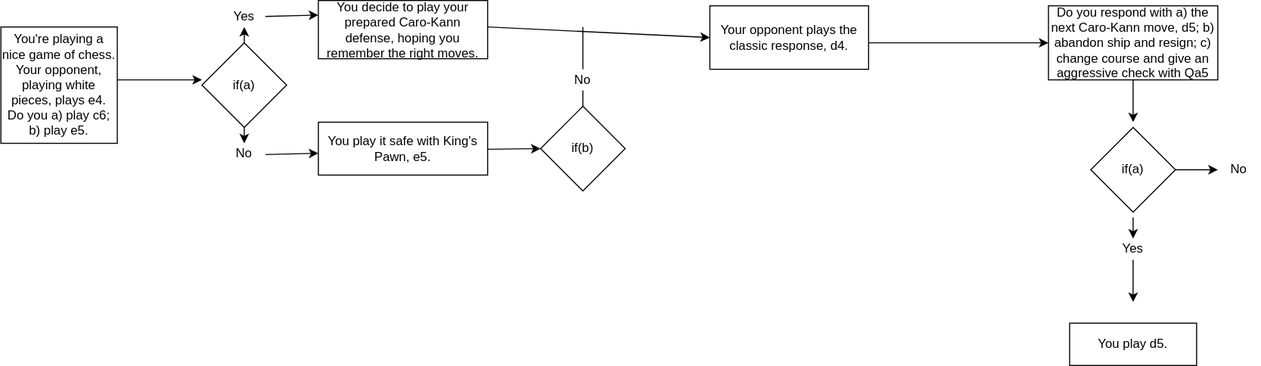
Before: 4-26-main-lab/Lab 4 - Decision Tree.svg, a diagram exported from draw.io (sdaffer/CS-142). Source tidied: cells renumbered, new cells last; positions are measured from the earlier drawing's top-left corner, leaving out a move shared by most shapes.
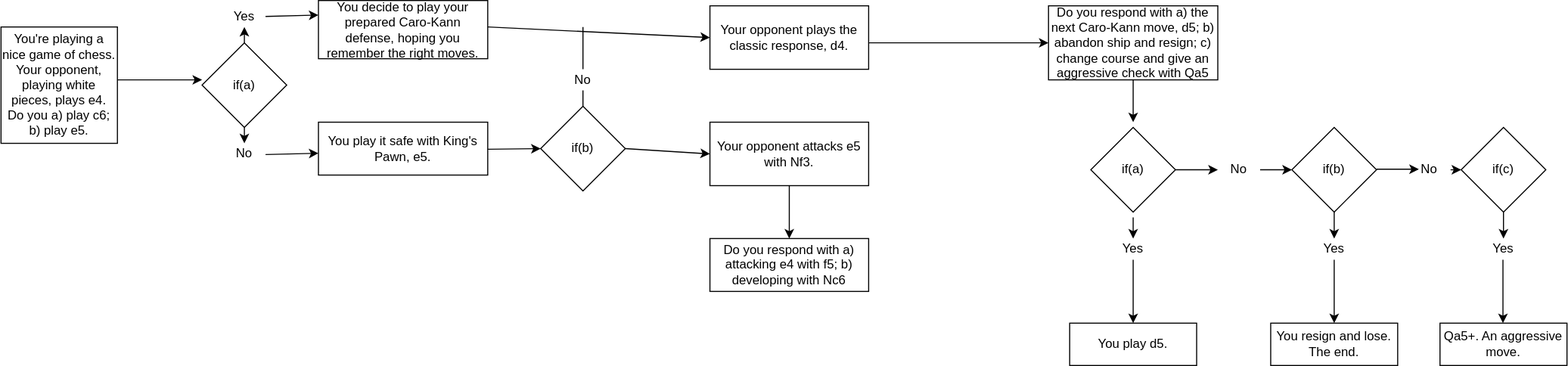
After the commit.

What changed in the source:
```diff
@@ -120,10 +120,8 @@
         <mxPoint x="1070" y="205" as="sourcePoint" />
       </mxGeometry>
     </mxCell>
-    <mxCell id="33" style="endArrow=classic;html=1;exitX=0.5;exitY=1;exitDx=0;exitDy=0;" parent="1" edge="1" source="31">
-      <mxGeometry relative="1" as="geometry">
-        <mxPoint x="1070" y="285" as="targetPoint" />
-      </mxGeometry>
+    <mxCell id="33" style="endArrow=classic;html=1;exitX=0.5;exitY=1;exitDx=0;exitDy=0;entryX=0.5;entryY=0;entryDx=0;entryDy=0;" parent="1" edge="1" source="31" target="35">
+      <mxGeometry relative="1" as="geometry" />
     </mxCell>
     <mxCell id="34" style="rounded=0;whiteSpace=wrap;html=1;" parent="1" vertex="1">
       <mxGeometry x="1010" y="305" width="120" height="40" as="geometry" />
@@ -139,5 +137,89 @@
     <mxCell id="37" value="No" style="text;html=1;strokeColor=none;fillColor=none;align=center;verticalAlign=middle;whiteSpace=wrap;rounded=0;" parent="1" vertex="1">
       <mxGeometry x="1150" y="150" width="40" height="20" as="geometry" />
     </mxCell>
+    <mxCell id="38" style="endArrow=classic;html=1;exitX=1;exitY=0.5;exitDx=0;exitDy=0;" parent="1" edge="1" source="37">
+      <mxGeometry relative="1" as="geometry">
+        <mxPoint x="1220" y="160" as="targetPoint" />
+      </mxGeometry>
+    </mxCell>
+    <mxCell id="39" style="rhombus;whiteSpace=wrap;html=1;" parent="1" vertex="1">
+      <mxGeometry x="1220" y="120" width="80" height="80" as="geometry" />
+    </mxCell>
+    <mxCell id="40" value="if(b)" style="text;html=1;strokeColor=none;fillColor=none;align=center;verticalAlign=middle;whiteSpace=wrap;rounded=0;" parent="1" vertex="1">
+      <mxGeometry x="1240" y="150" width="40" height="20" as="geometry" />
+    </mxCell>
+    <mxCell id="41" value="Yes" style="text;html=1;strokeColor=none;fillColor=none;align=center;verticalAlign=middle;whiteSpace=wrap;rounded=0;" parent="1" vertex="1">
+      <mxGeometry x="1240" y="225" width="40" height="20" as="geometry" />
+    </mxCell>
+    <mxCell id="42" style="endArrow=classic;html=1;exitX=0.5;exitY=1;exitDx=0;exitDy=0;entryX=0.5;entryY=0;entryDx=0;entryDy=0;" parent="1" edge="1" source="39" target="41">
+      <mxGeometry relative="1" as="geometry" />
+    </mxCell>
+    <mxCell id="43" style="endArrow=classic;html=1;exitX=0.5;exitY=1;exitDx=0;exitDy=0;" parent="1" edge="1" source="41">
+      <mxGeometry relative="1" as="geometry">
+        <mxPoint x="1260" y="305" as="targetPoint" />
+      </mxGeometry>
+    </mxCell>
+    <mxCell id="44" style="rounded=0;whiteSpace=wrap;html=1;" parent="1" vertex="1">
+      <mxGeometry x="1200" y="305" width="120" height="40" as="geometry" />
+    </mxCell>
+    <mxCell id="45" style="rounded=0;whiteSpace=wrap;html=1;" parent="1" vertex="1">
+      <mxGeometry x="1360" y="305" width="120" height="40" as="geometry" />
+    </mxCell>
+    <mxCell id="46" value="You resign and lose. The end." style="text;html=1;strokeColor=none;fillColor=none;align=center;verticalAlign=middle;whiteSpace=wrap;rounded=0;" parent="1" vertex="1">
+      <mxGeometry x="1200" y="305" width="120" height="40" as="geometry" />
+    </mxCell>
+    <mxCell id="47" style="rhombus;whiteSpace=wrap;html=1;" parent="1" vertex="1">
+      <mxGeometry x="1380" y="120" width="80" height="80" as="geometry" />
+    </mxCell>
+    <mxCell id="48" value="if(c)" style="text;html=1;strokeColor=none;fillColor=none;align=center;verticalAlign=middle;whiteSpace=wrap;rounded=0;" parent="1" vertex="1">
+      <mxGeometry x="1400" y="150" width="40" height="20" as="geometry" />
+    </mxCell>
+    <mxCell id="49" style="endArrow=classic;html=1;exitX=0.5;exitY=1;exitDx=0;exitDy=0;" parent="1" edge="1" source="47">
+      <mxGeometry relative="1" as="geometry">
+        <mxPoint x="1420" y="225" as="targetPoint" />
+      </mxGeometry>
+    </mxCell>
+    <mxCell id="50" value="Yes" style="text;html=1;strokeColor=none;fillColor=none;align=center;verticalAlign=middle;whiteSpace=wrap;rounded=0;" parent="1" vertex="1">
+      <mxGeometry x="1400" y="225" width="40" height="20" as="geometry" />
+    </mxCell>
+    <mxCell id="51" style="endArrow=classic;html=1;exitX=0.5;exitY=1;exitDx=0;exitDy=0;" parent="1" edge="1">
+      <mxGeometry relative="1" as="geometry">
+        <mxPoint x="1419.5" y="245" as="sourcePoint" />
+        <mxPoint x="1419.5" y="305" as="targetPoint" />
+      </mxGeometry>
+    </mxCell>
+    <mxCell id="52" value="No" style="text;html=1;strokeColor=none;fillColor=none;align=center;verticalAlign=middle;whiteSpace=wrap;rounded=0;" parent="1" vertex="1">
+      <mxGeometry x="1330" y="150" width="40" height="20" as="geometry" />
+    </mxCell>
+    <mxCell id="53" style="endArrow=classic;html=1;exitX=1;exitY=0.5;exitDx=0;exitDy=0;" parent="1" edge="1">
+      <mxGeometry relative="1" as="geometry">
+        <mxPoint x="1300" y="159.5" as="sourcePoint" />
+        <mxPoint x="1340" y="159.5" as="targetPoint" />
+      </mxGeometry>
+    </mxCell>
+    <mxCell id="54" style="endArrow=classic;html=1;exitX=1;exitY=0.5;exitDx=0;exitDy=0;entryX=0;entryY=0.5;entryDx=0;entryDy=0;" parent="1" edge="1" source="52" target="47">
+      <mxGeometry relative="1" as="geometry" />
+    </mxCell>
+    <mxCell id="55" value="Qa5+. An aggressive move." style="text;html=1;strokeColor=none;fillColor=none;align=center;verticalAlign=middle;whiteSpace=wrap;rounded=0;" parent="1" vertex="1">
+      <mxGeometry x="1360" y="305" width="120" height="40" as="geometry" />
+    </mxCell>
+    <mxCell id="56" value="Your opponent plays the classic response, d4." style="text;html=1;strokeColor=none;fillColor=none;align=center;verticalAlign=middle;whiteSpace=wrap;rounded=0;" parent="1" vertex="1">
+      <mxGeometry x="670" y="115" width="150" height="60" as="geometry" />
+    </mxCell>
+    <mxCell id="57" value="Your opponent attacks e5 with Nf3." style="rounded=0;whiteSpace=wrap;html=1;" parent="1" vertex="1">
+      <mxGeometry x="670" y="115" width="150" height="60" as="geometry" />
+    </mxCell>
+    <mxCell id="58" style="endArrow=classic;html=1;exitX=1;exitY=0.5;exitDx=0;exitDy=0;entryX=0;entryY=0.5;entryDx=0;entryDy=0;" parent="1" edge="1" source="16" target="57">
+      <mxGeometry relative="1" as="geometry" />
+    </mxCell>
+    <mxCell id="59" style="rounded=0;whiteSpace=wrap;html=1;" parent="1" vertex="1">
+      <mxGeometry x="670" y="225" width="150" height="50" as="geometry" />
+    </mxCell>
+    <mxCell id="60" value="Do you respond with a) attacking e4 with f5; b) developing with Nc6" style="text;html=1;strokeColor=none;fillColor=none;align=center;verticalAlign=middle;whiteSpace=wrap;rounded=0;" parent="1" vertex="1">
+      <mxGeometry x="670" y="225" width="150" height="50" as="geometry" />
+    </mxCell>
+    <mxCell id="61" style="endArrow=classic;html=1;exitX=0.5;exitY=1;exitDx=0;exitDy=0;" parent="1" edge="1" source="57" target="60">
+      <mxGeometry relative="1" as="geometry" />
+    </mxCell>
   </root>
 </mxGraphModel>
```
